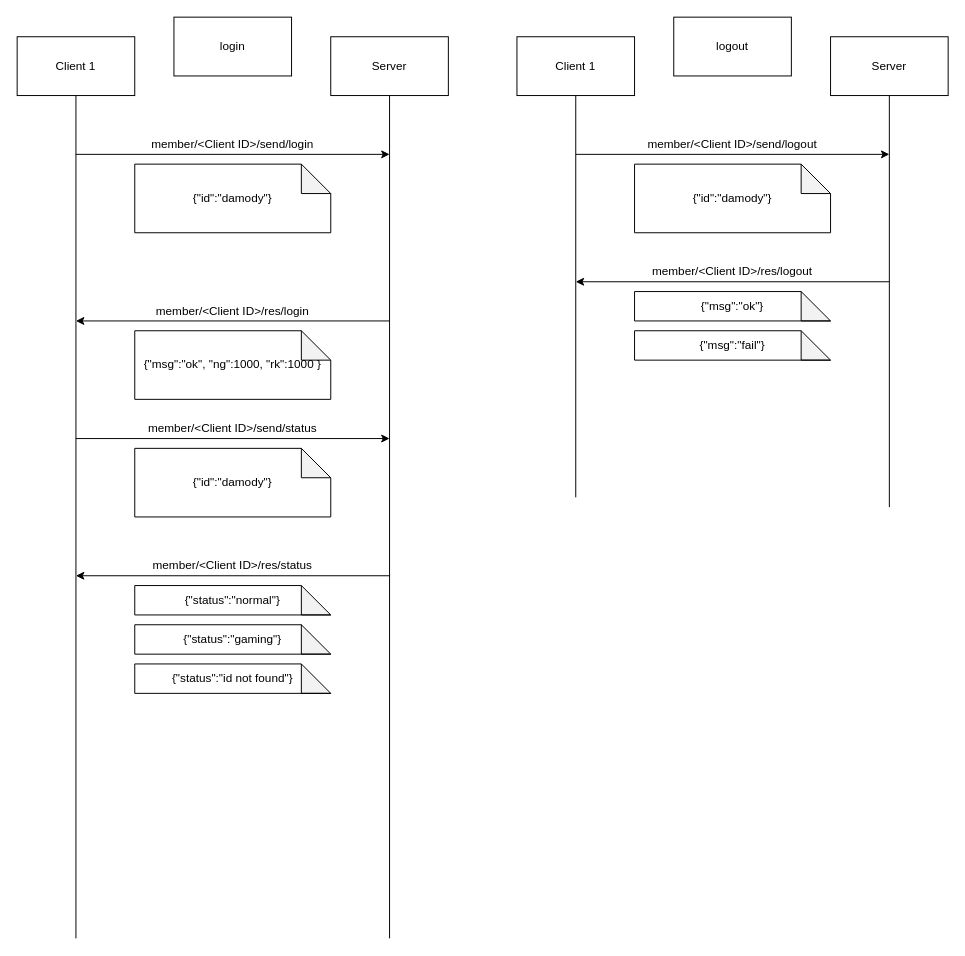
This is doc/login.drawio from Sonic-Rain/Elo-Ranking-Pairing-System, a draw.io file, before an edit. Source tidied: cells renumbered, new cells numbered last; positions are measured from the earlier drawing's top-left corner, leaving out a move shared by most shapes. Both pictures are drawn from the tidied source at 98%, with x=0, y=0 at pixel (17, 17).
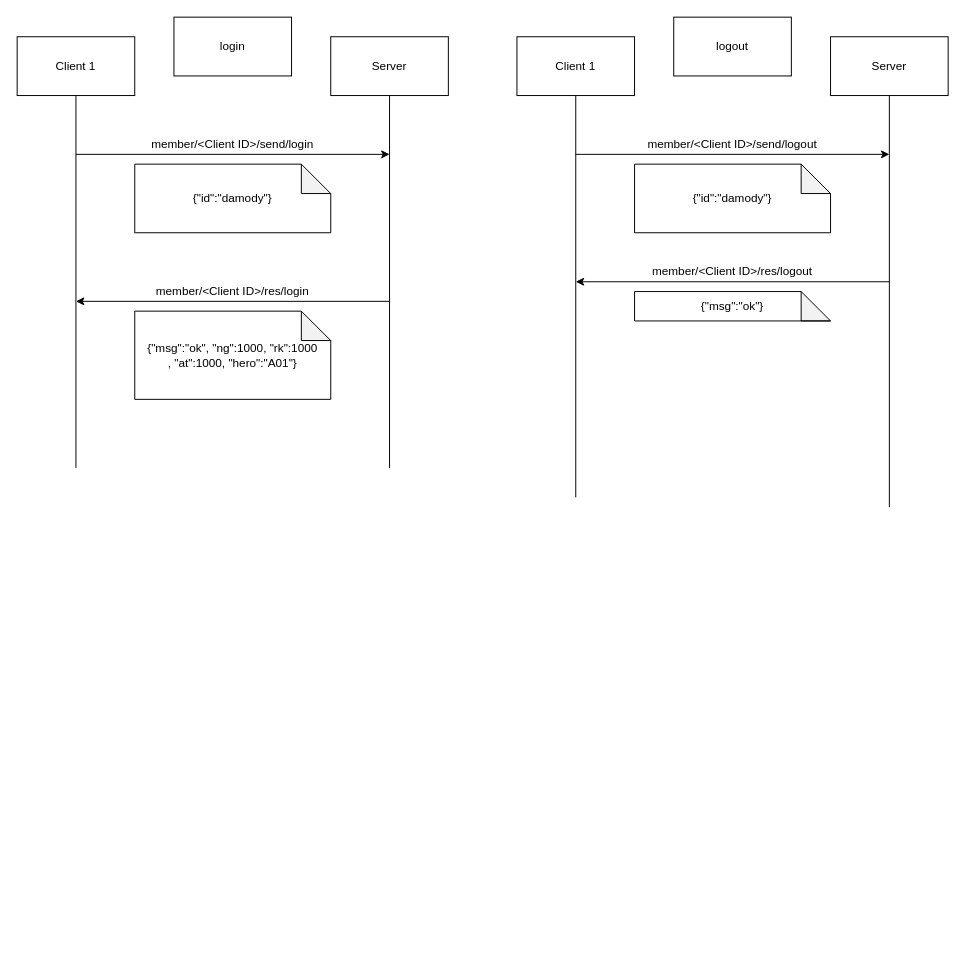
The same diagram, later.

Commit message (it also covers changes not shown here):
update ban hero

The change refers to these unchanged cells:
```xml
<mxCell id="2" value="Client 1" style="rounded=0;whiteSpace=wrap;html=1;" parent="1" vertex="1">
  <mxGeometry y="20" width="120" height="60" as="geometry" />
</mxCell>
<mxCell id="3" value="Server" style="rounded=0;whiteSpace=wrap;html=1;" parent="1" vertex="1">
  <mxGeometry x="320" y="20" width="120" height="60" as="geometry" />
</mxCell>
```

Diff of the diagram source:
```diff
@@
-    <mxCell id="4" style="endArrow=none;html=1;entryX=0.5;entryY=1;entryDx=0;entryDy=0;" parent="1" edge="1" target="2">
+    <mxCell id="4" style="endArrow=none;html=1;entryX=0.5;entryY=1;entryDx=0;entryDy=0;fontStyle=1;" parent="1" edge="1" target="2">
       <mxGeometry relative="1" as="geometry">
-        <mxPoint x="60" y="940" as="sourcePoint" />
+        <mxPoint x="60" y="460" as="sourcePoint" />
       </mxGeometry>
     </mxCell>
     <mxCell id="5" style="endArrow=none;html=1;entryX=0.5;entryY=1;entryDx=0;entryDy=0;" parent="1" edge="1" target="3">
       <mxGeometry relative="1" as="geometry">
-        <mxPoint x="380" y="940" as="sourcePoint" />
+        <mxPoint x="380" y="460" as="sourcePoint" />
       </mxGeometry>
     </mxCell>
@@
     <mxCell id="7" style="endArrow=classic;html=1;" parent="1" edge="1">
       <mxGeometry relative="1" as="geometry">
-        <mxPoint x="380" y="310" as="sourcePoint" />
-        <mxPoint x="60" y="310" as="targetPoint" />
+        <mxPoint x="380" y="290" as="sourcePoint" />
+        <mxPoint x="60" y="290" as="targetPoint" />
       </mxGeometry>
     </mxCell>
@@
     <mxCell id="9" value="member/&amp;lt;Client ID&amp;gt;/res/login" style="text;html=1;strokeColor=none;fillColor=none;align=center;verticalAlign=middle;whiteSpace=wrap;rounded=0;" parent="1" vertex="1">
-      <mxGeometry x="110" y="290" width="220" height="20" as="geometry" />
+      <mxGeometry x="110" y="270" width="220" height="20" as="geometry" />
     </mxCell>
@@
-    <mxCell id="11" value="{&quot;msg&quot;:&quot;ok&quot;, &quot;ng&quot;:1000, &quot;rk&quot;:1000 }" style="shape=note;whiteSpace=wrap;html=1;backgroundOutline=1;darkOpacity=0.05;" parent="1" vertex="1">
-      <mxGeometry x="120" y="320" width="200" height="70" as="geometry" />
+    <mxCell id="11" value="{&quot;msg&quot;:&quot;ok&quot;, &quot;ng&quot;:1000, &quot;rk&quot;:1000&lt;br&gt;, &quot;at&quot;:1000, &quot;hero&quot;:&quot;A01&quot;}" style="shape=note;whiteSpace=wrap;html=1;backgroundOutline=1;darkOpacity=0.05;" parent="1" vertex="1">
+      <mxGeometry x="120" y="300" width="200" height="90" as="geometry" />
     </mxCell>
-    <mxCell id="12" style="endArrow=classic;html=1;" parent="1" edge="1">
-      <mxGeometry relative="1" as="geometry">
-        <mxPoint x="60" y="430" as="sourcePoint" />
-        <mxPoint x="380" y="430" as="targetPoint" />
-      </mxGeometry>
-    </mxCell>
-    <mxCell id="13" value="member/&amp;lt;Client ID&amp;gt;/send/status" style="text;html=1;strokeColor=none;fillColor=none;align=center;verticalAlign=middle;whiteSpace=wrap;rounded=0;" parent="1" vertex="1">
-      <mxGeometry x="95" y="410" width="250" height="20" as="geometry" />
-    </mxCell>
-    <mxCell id="14" value="{&quot;id&quot;:&quot;damody&quot;}" style="shape=note;whiteSpace=wrap;html=1;backgroundOutline=1;darkOpacity=0.05;" parent="1" vertex="1">
-      <mxGeometry x="120" y="440" width="200" height="70" as="geometry" />
-    </mxCell>
-    <mxCell id="15" style="endArrow=classic;html=1;" parent="1" edge="1">
-      <mxGeometry relative="1" as="geometry">
-        <mxPoint x="380" y="570" as="sourcePoint" />
-        <mxPoint x="60" y="570" as="targetPoint" />
-      </mxGeometry>
-    </mxCell>
-    <mxCell id="16" value="member/&amp;lt;Client ID&amp;gt;/res/status" style="text;html=1;strokeColor=none;fillColor=none;align=center;verticalAlign=middle;whiteSpace=wrap;rounded=0;" parent="1" vertex="1">
-      <mxGeometry x="95" y="550" width="250" height="20" as="geometry" />
-    </mxCell>
-    <mxCell id="17" value="{&quot;status&quot;:&quot;normal&quot;}" style="shape=note;whiteSpace=wrap;html=1;backgroundOutline=1;darkOpacity=0.05;" parent="1" vertex="1">
-      <mxGeometry x="120" y="580" width="200" height="30" as="geometry" />
-    </mxCell>
@@
-    <mxCell id="19" value="{&quot;status&quot;:&quot;gaming&quot;}" style="shape=note;whiteSpace=wrap;html=1;backgroundOutline=1;darkOpacity=0.05;" parent="1" vertex="1">
-      <mxGeometry x="120" y="620" width="200" height="30" as="geometry" />
-    </mxCell>
-    <mxCell id="20" value="{&quot;status&quot;:&quot;id not found&quot;}" style="shape=note;whiteSpace=wrap;html=1;backgroundOutline=1;darkOpacity=0.05;" parent="1" vertex="1">
-      <mxGeometry x="120" y="660" width="200" height="30" as="geometry" />
-    </mxCell>
@@
-    <mxCell id="32" value="{&quot;msg&quot;:&quot;fail&quot;}" style="shape=note;whiteSpace=wrap;html=1;backgroundOutline=1;darkOpacity=0.05;" parent="1" vertex="1">
-      <mxGeometry x="630" y="320" width="200" height="30" as="geometry" />
-    </mxCell>
```
